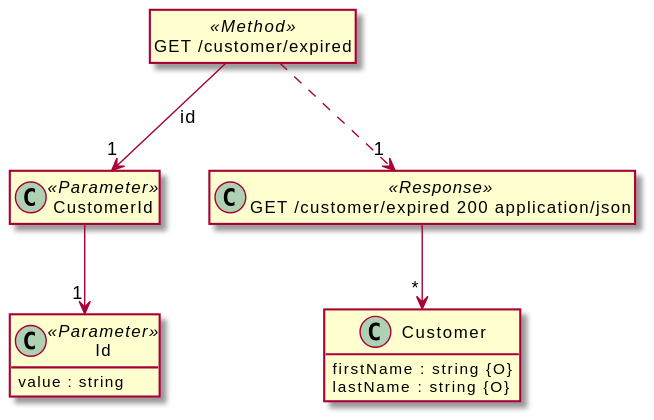
This is src/docs/tests/parameter-ref-ref.puml.svg from davidmoten/openapi-to-plantuml, a PlantUML export, as it was before one commit.
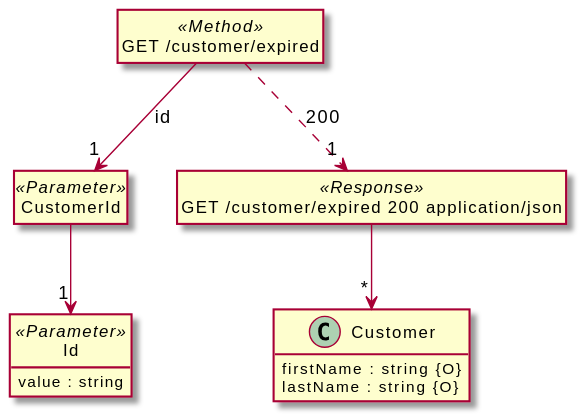
The same diagram one commit later.

The edit, as a diff of the source:
```diff
@@ -1,5 +1,7 @@
 @startuml
 hide <<Method>> circle
+hide <<Response>> circle
+hide <<Parameter>> circle
 hide empty methods
 hide empty fields
 set namespaceSeparator none
@@ -24,10 +26,10 @@
 
 "CustomerId" --> "1" "Id"
 
-"GET /customer/expired" --> "1" "CustomerId" : "id"
+"GET /customer/expired" --> "1" "CustomerId"  :  "id"
 
 "GET /customer/expired 200 application/json" --> "*" "Customer"
 
-"GET /customer/expired" ..> "1" "GET /customer/expired 200 application/json"
+"GET /customer/expired" ..> "1" "GET /customer/expired 200 application/json"  :  "200"
 
 @enduml
```
